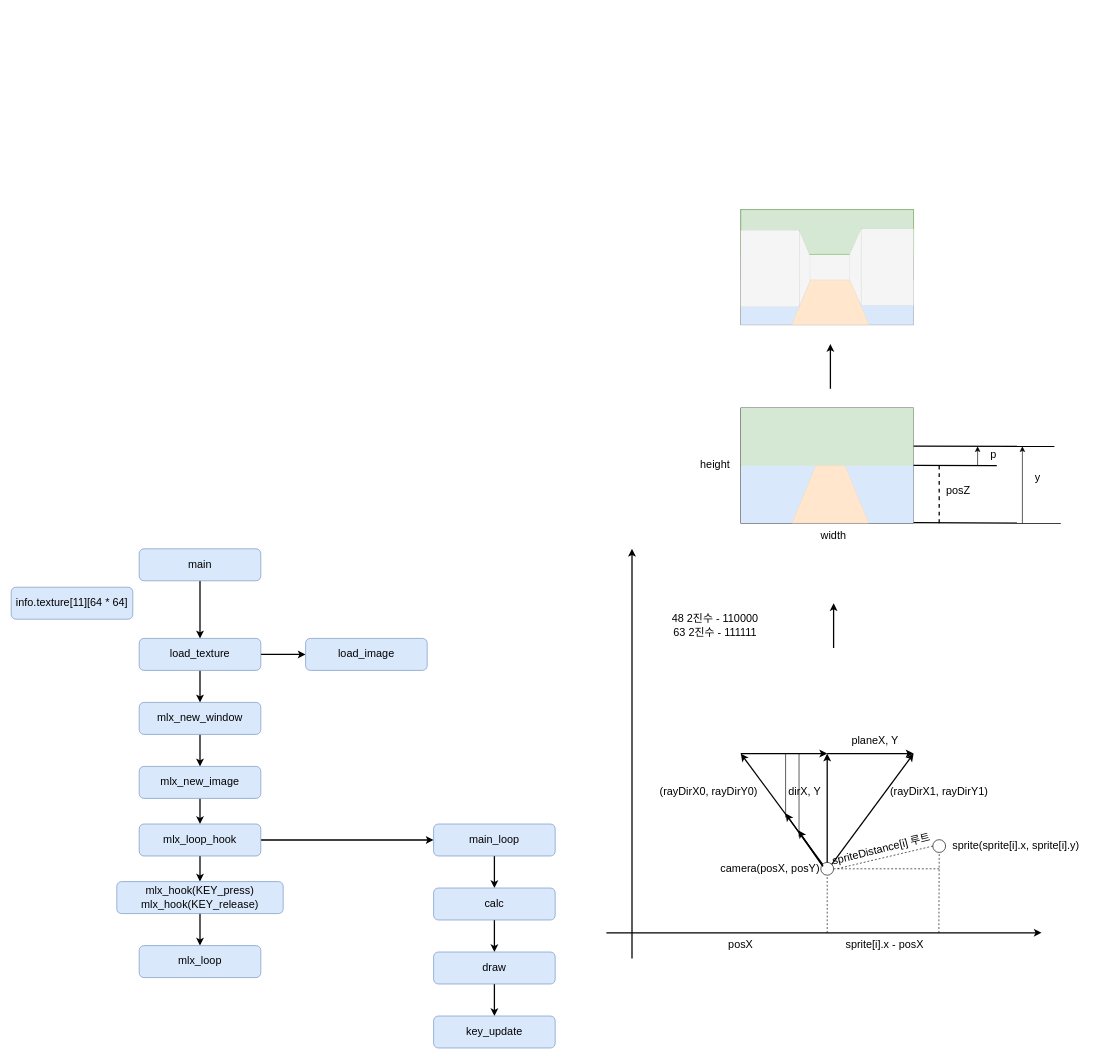
Above: page "Page-2" (2 of 3) of cub3d.drawio in Lee-seungju/drawfile (draw.io), before the change. Source tidied: cells renumbered, new cells numbered last; positions are measured from the earlier drawing's top-left corner, leaving out a move shared by most shapes. Both pictures are drawn from the tidied source at 64%, with x=0, y=0 at pixel (11, 209).
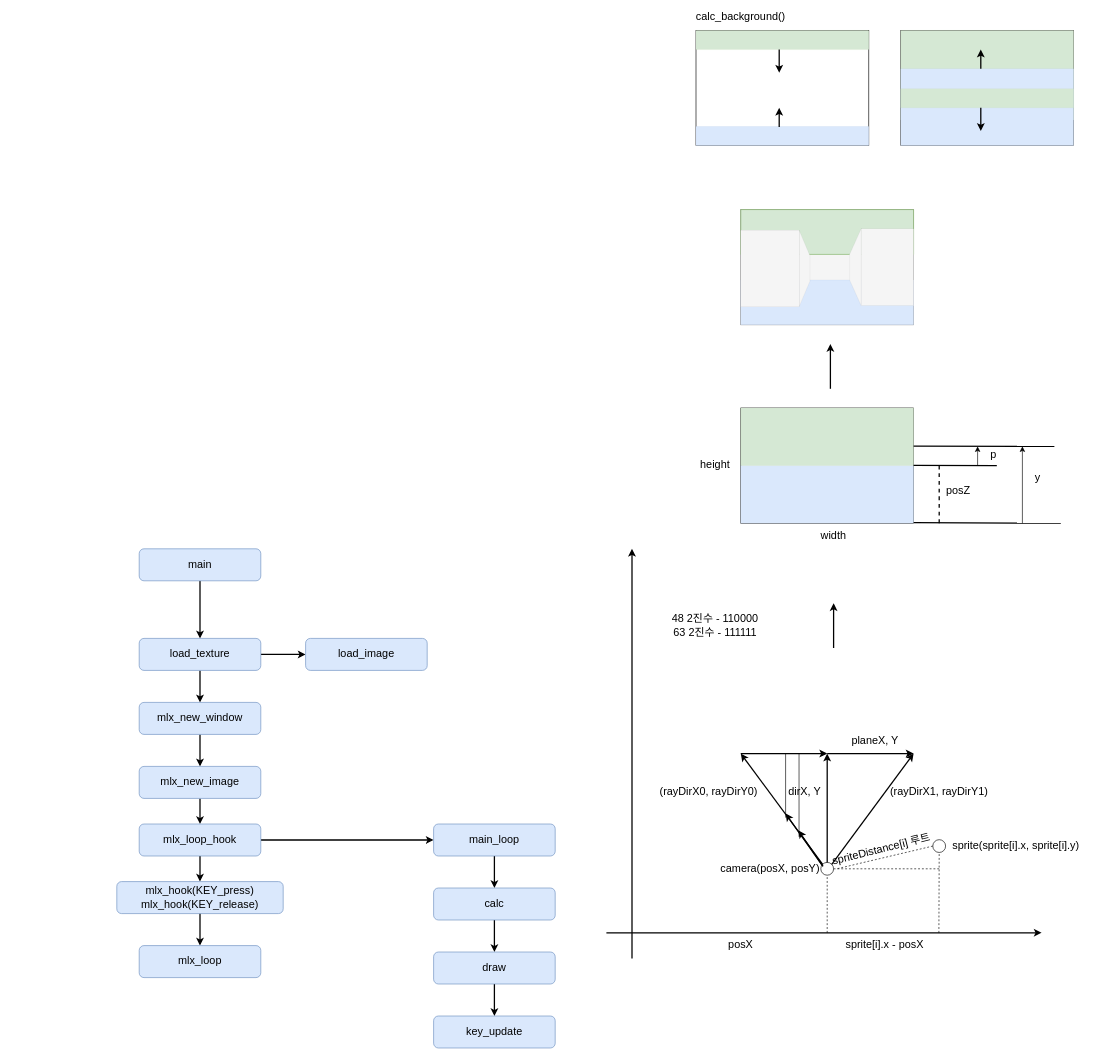
Above is the later version.

What changed in the source:
```diff
@@
-    <mxCell id="6" value="&lt;font style=&quot;font-size: 17px&quot;&gt;info.texture[11][64 * 64]&lt;/font&gt;" style="rounded=1;whiteSpace=wrap;html=1;fillColor=#dae8fc;strokeColor=#6c8ebf;" parent="1" vertex="1">
-      <mxGeometry y="590" width="190" height="50" as="geometry" />
-    </mxCell>
@@
-    <mxCell id="55" style="shape=trapezoid;perimeter=trapezoidPerimeter;whiteSpace=wrap;html=1;fixedSize=1;rotation=0;size=28.563580322265807;fillColor=#ffe6cc;strokeColor=#d79b00;strokeWidth=0;" parent="1" vertex="1">
-      <mxGeometry x="1220" y="110" width="120" height="70" as="geometry" />
-    </mxCell>
@@
-    <mxCell id="64" style="shape=trapezoid;perimeter=trapezoidPerimeter;whiteSpace=wrap;html=1;fixedSize=1;rotation=0;size=37.36358032226576;fillColor=#ffe6cc;strokeColor=#d79b00;strokeWidth=0;" parent="1" vertex="1">
-      <mxGeometry x="1220" y="400" width="120" height="90" as="geometry" />
-    </mxCell>
@@
+    <mxCell id="78" style="rounded=0;whiteSpace=wrap;html=1;" parent="1" vertex="1">
+      <mxGeometry x="1070" y="-280" width="270" height="180" as="geometry" />
+    </mxCell>
+    <mxCell id="79" style="shape=trapezoid;perimeter=trapezoidPerimeter;whiteSpace=wrap;html=1;fixedSize=1;rotation=-180;size=0;fillColor=#d5e8d4;strokeColor=#82b366;strokeWidth=0;" parent="1" vertex="1">
+      <mxGeometry x="1070" y="-280" width="270" height="30" as="geometry" />
+    </mxCell>
+    <mxCell id="80" style="rounded=0;whiteSpace=wrap;html=1;" parent="1" vertex="1">
+      <mxGeometry x="1390" y="-280" width="270" height="180" as="geometry" />
+    </mxCell>
+    <mxCell id="81" style="shape=trapezoid;perimeter=trapezoidPerimeter;whiteSpace=wrap;html=1;fixedSize=1;rotation=-180;size=0;fillColor=#d5e8d4;strokeColor=#82b366;strokeWidth=0;" parent="1" vertex="1">
+      <mxGeometry x="1390" y="-280" width="270" height="140" as="geometry" />
+    </mxCell>
+    <mxCell id="82" style="rounded=0;whiteSpace=wrap;html=1;strokeWidth=0;fillColor=#dae8fc;strokeColor=#6c8ebf;" parent="1" vertex="1">
+      <mxGeometry x="1070" y="-130" width="270" height="30" as="geometry" />
+    </mxCell>
+    <mxCell id="83" style="rounded=0;whiteSpace=wrap;html=1;strokeWidth=0;fillColor=#dae8fc;strokeColor=#6c8ebf;" parent="1" vertex="1">
+      <mxGeometry x="1390" y="-220" width="270" height="120" as="geometry" />
+    </mxCell>
+    <mxCell id="84" style="shape=trapezoid;perimeter=trapezoidPerimeter;whiteSpace=wrap;html=1;fixedSize=1;rotation=-180;size=0;fillColor=#d5e8d4;strokeColor=#82b366;strokeWidth=0;" parent="1" vertex="1">
+      <mxGeometry x="1390" y="-189" width="270" height="30" as="geometry" />
+    </mxCell>
+    <mxCell id="85" style="endArrow=classic;html=1;strokeWidth=2;" parent="1" edge="1">
+      <mxGeometry relative="1" as="geometry">
+        <mxPoint x="1515" y="-220" as="sourcePoint" />
+        <mxPoint x="1515" y="-250" as="targetPoint" />
+      </mxGeometry>
+    </mxCell>
+    <mxCell id="86" style="endArrow=classic;html=1;strokeWidth=2;" parent="1" edge="1">
+      <mxGeometry relative="1" as="geometry">
+        <mxPoint x="1515" y="-159" as="sourcePoint" />
+        <mxPoint x="1515" y="-123" as="targetPoint" />
+      </mxGeometry>
+    </mxCell>
+    <mxCell id="87" style="endArrow=classic;html=1;strokeWidth=2;" parent="1" edge="1">
+      <mxGeometry relative="1" as="geometry">
+        <mxPoint x="1200" y="-250" as="sourcePoint" />
+        <mxPoint x="1200" y="-214" as="targetPoint" />
+      </mxGeometry>
+    </mxCell>
+    <mxCell id="88" style="endArrow=classic;html=1;strokeWidth=2;" parent="1" edge="1">
+      <mxGeometry relative="1" as="geometry">
+        <mxPoint x="1200" y="-129" as="sourcePoint" />
+        <mxPoint x="1200" y="-159" as="targetPoint" />
+      </mxGeometry>
+    </mxCell>
+    <mxCell id="89" value="&lt;span style=&quot;font-size: 17px&quot;&gt;calc_background()&lt;/span&gt;" style="text;html=1;strokeColor=none;fillColor=none;align=center;verticalAlign=middle;whiteSpace=wrap;rounded=0;" parent="1" vertex="1">
+      <mxGeometry x="1120" y="-310" width="40" height="20" as="geometry" />
+    </mxCell>
```
